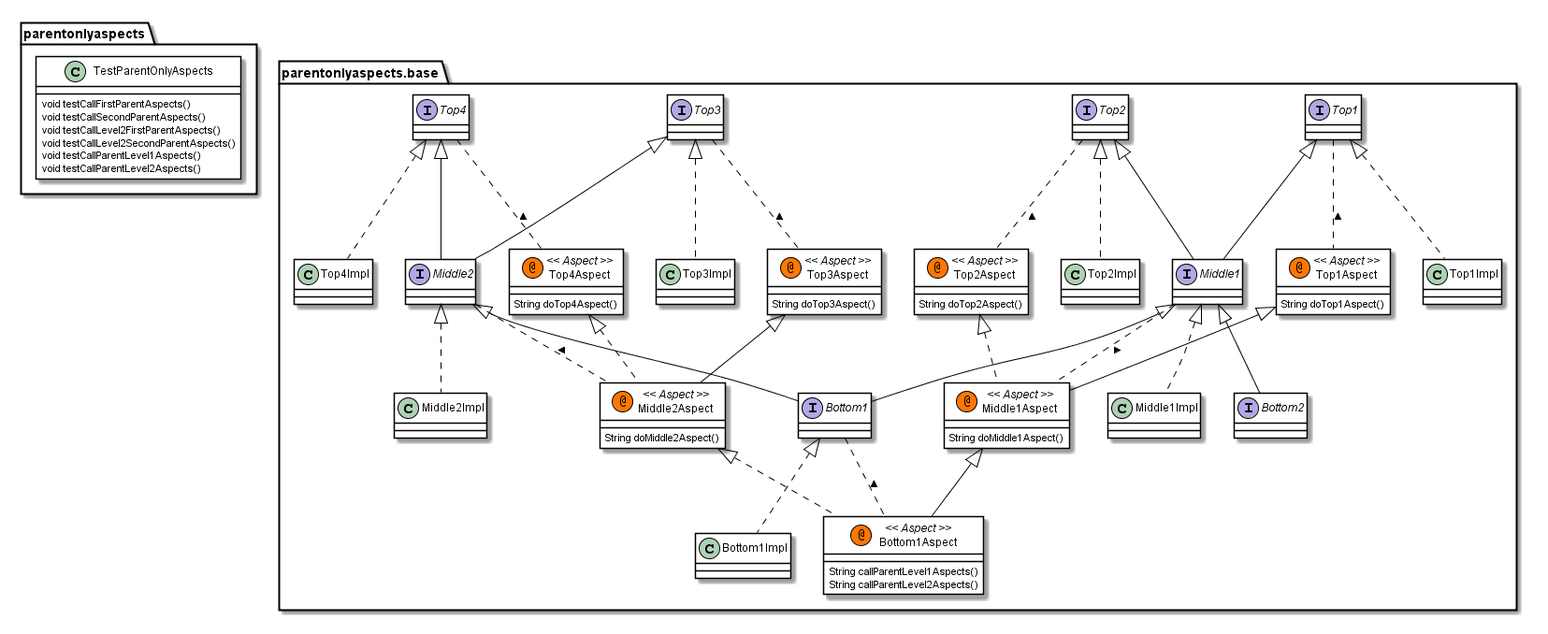
Above: k3-al/fr.inria.diverse.k3.al.tests/src/test/java/test/parentonlyaspects/gen-plantuml/parentonlyaspects.png in diverse-project/k3 (PlantUML), before the change.
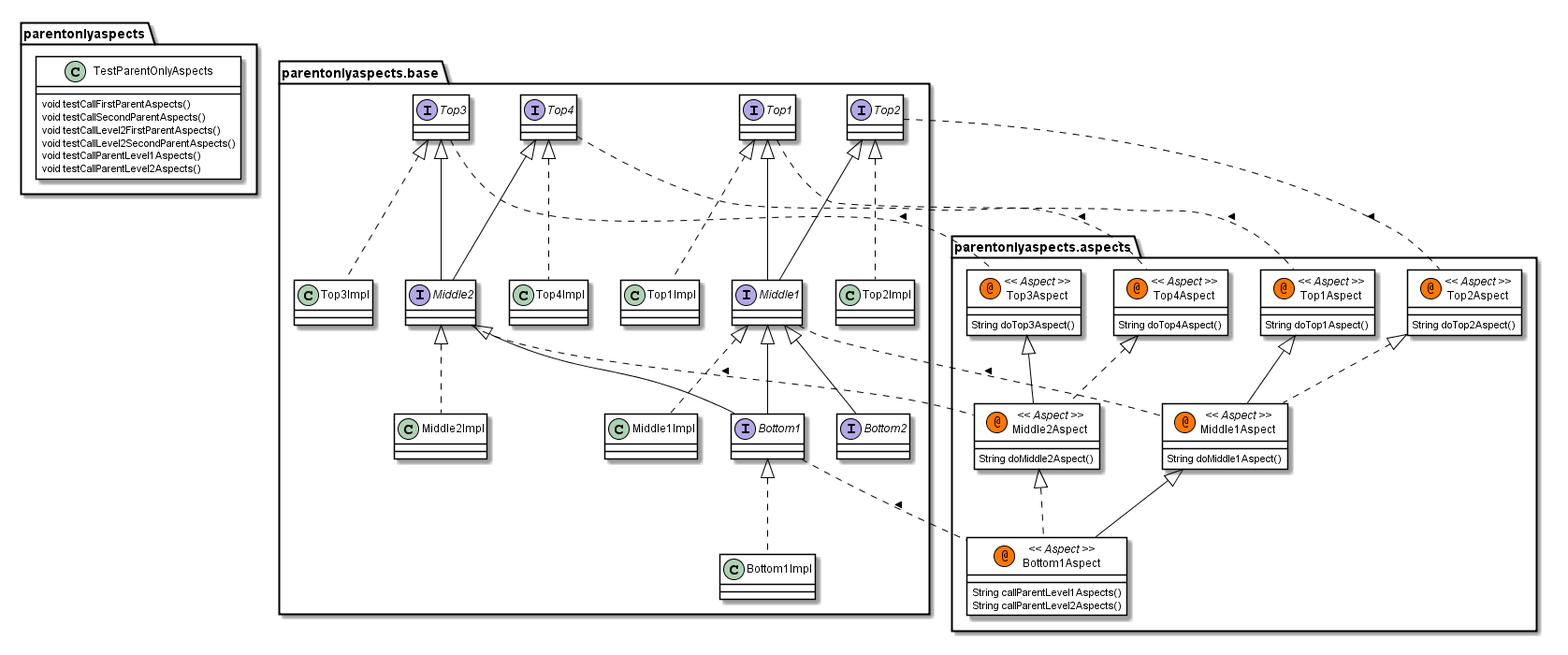
The same file after the commit.

Change to the diagram source:
```diff
@@ -13,6 +13,30 @@
 		void testCallLevel2SecondParentAspects()
 		void testCallParentLevel1Aspects()
 		void testCallParentLevel2Aspects()
+	}
+}
+package parentonlyaspects.aspects {
+	class	Top1Aspect << (@,#FF7700) Aspect >> {
+		String doTop1Aspect()
+	}
+	class	Top2Aspect << (@,#FF7700) Aspect >> {
+		String doTop2Aspect()
+	}
+	class	Top3Aspect << (@,#FF7700) Aspect >> {
+		String doTop3Aspect()
+	}
+	class	Top4Aspect << (@,#FF7700) Aspect >> {
+		String doTop4Aspect()
+	}
+	class	Middle1Aspect << (@,#FF7700) Aspect >> {
+		String doMiddle1Aspect()
+	}
+	class	Middle2Aspect << (@,#FF7700) Aspect >> {
+		String doMiddle2Aspect()
+	}
+	class	Bottom1Aspect << (@,#FF7700) Aspect >> {
+		String callParentLevel1Aspects()
+		String callParentLevel2Aspects()
 	}
 }
 package parentonlyaspects.base {
@@ -46,29 +70,20 @@
 	}
 	class	Bottom1Impl {
 	}
-	class	Top1Aspect << (@,#FF7700) Aspect >> {
-		String doTop1Aspect()
-	}
-	class	Top2Aspect << (@,#FF7700) Aspect >> {
-		String doTop2Aspect()
-	}
-	class	Top3Aspect << (@,#FF7700) Aspect >> {
-		String doTop3Aspect()
-	}
-	class	Top4Aspect << (@,#FF7700) Aspect >> {
-		String doTop4Aspect()
-	}
-	class	Middle1Aspect << (@,#FF7700) Aspect >> {
-		String doMiddle1Aspect()
-	}
-	class	Middle2Aspect << (@,#FF7700) Aspect >> {
-		String doMiddle2Aspect()
-	}
-	class	Bottom1Aspect << (@,#FF7700) Aspect >> {
-		String callParentLevel1Aspects()
-		String callParentLevel2Aspects()
-	}
 }
+Top1 .. Top1Aspect : <
+Top2 .. Top2Aspect : <
+Top3 .. Top3Aspect : <
+Top4 .. Top4Aspect : <
+Top1Aspect <|-- Middle1Aspect
+Middle1 .. Middle1Aspect : <
+Top2Aspect <|.. Middle1Aspect
+Top3Aspect <|-- Middle2Aspect
+Middle2 .. Middle2Aspect : <
+Top4Aspect <|.. Middle2Aspect
+Middle1Aspect <|-- Bottom1Aspect
+Bottom1 .. Bottom1Aspect : <
+Middle2Aspect <|.. Bottom1Aspect
 Top1 <|-- Middle1
 Top2 <|-- Middle1
 Top3 <|-- Middle2
@@ -83,17 +98,4 @@
 Middle1 <|.. Middle1Impl
 Middle2 <|.. Middle2Impl
 Bottom1 <|.. Bottom1Impl
-Top1 .. Top1Aspect : <
-Top2 .. Top2Aspect : <
-Top3 .. Top3Aspect : <
-Top4 .. Top4Aspect : <
-Top1Aspect <|-- Middle1Aspect
-Middle1 .. Middle1Aspect : <
-Top2Aspect <|.. Middle1Aspect
-Top3Aspect <|-- Middle2Aspect
-Middle2 .. Middle2Aspect : <
-Top4Aspect <|.. Middle2Aspect
-Middle1Aspect <|-- Bottom1Aspect
-Bottom1 .. Bottom1Aspect : <
-Middle2Aspect <|.. Bottom1Aspect
 @enduml
```
